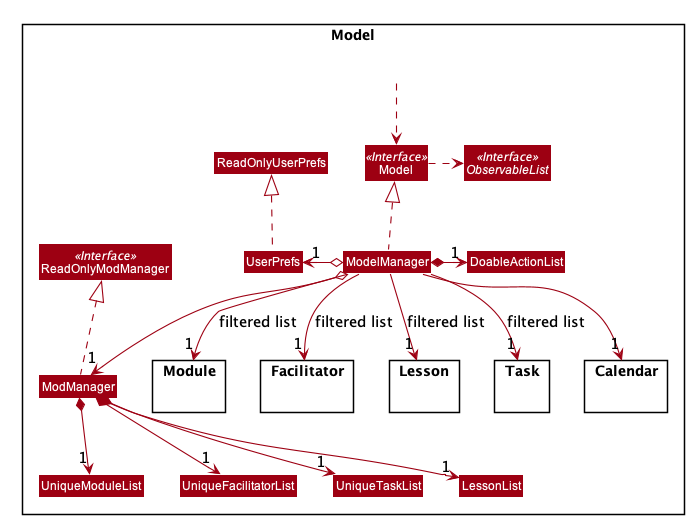
zixinn/main keeps this PlantUML diagram as docs/images/ModelClassDiagram.png. Above is the earlier version.
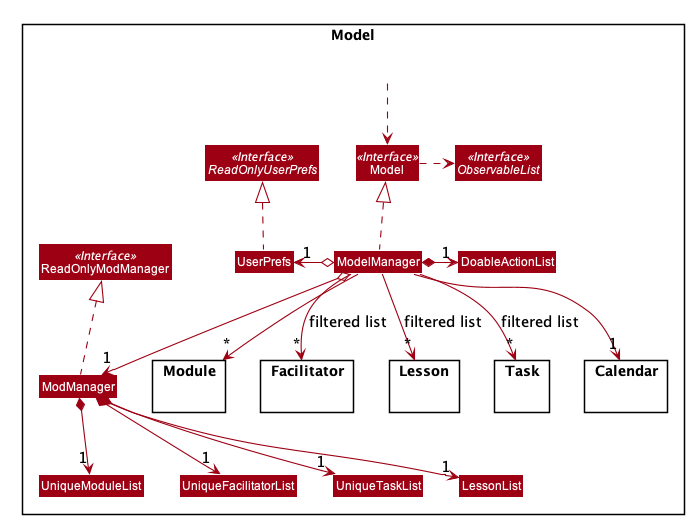
After the change.

Change to the diagram source:
```diff
@@ -64,7 +64,7 @@
 Class Model
 Class ModelManager
 Class UserPrefs
-Class ReadOnlyUserPrefs
+Interface ReadOnlyUserPrefs <<Interface>>
 Class DoableActionList
 Package Module {
 }
@@ -99,8 +99,8 @@
 
 ModelManager *-> "1" DoableActionList
 ModelManager -->"1" Calendar
-ModelManager -->"1" Module : filtered list
-ModelManager -->"1" Facilitator : filtered list
-ModelManager -->"1" Task : filtered list
-ModelManager -->"1" Lesson : filtered list
+ModelManager -->"*" Module
+ModelManager -->"*" Facilitator : filtered list
+ModelManager -->"*" Task : filtered list
+ModelManager -->"*" Lesson : filtered list
 @enduml
```
